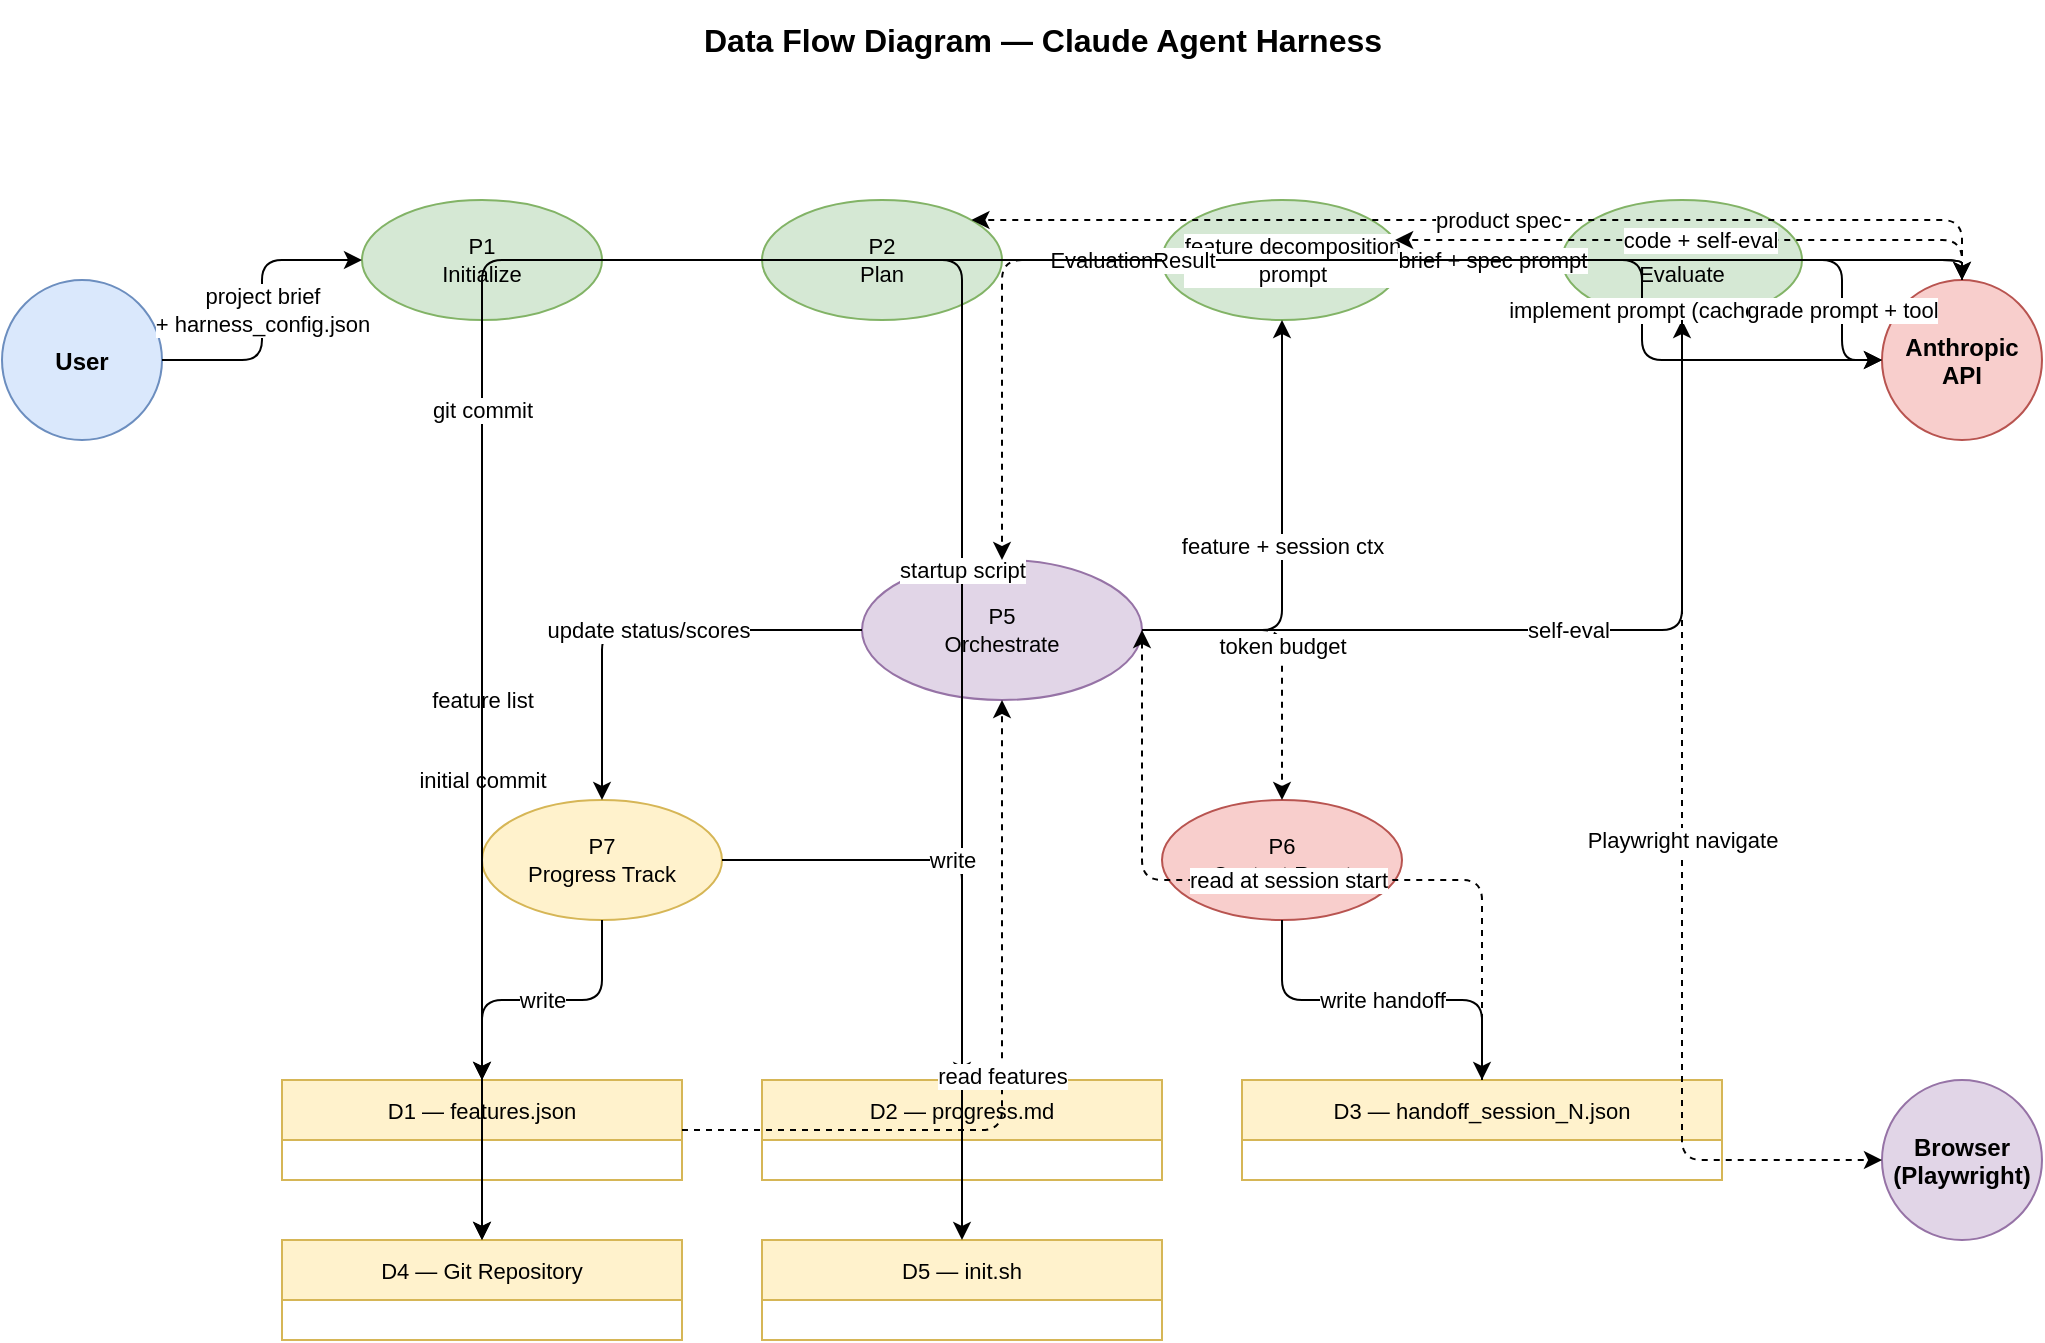
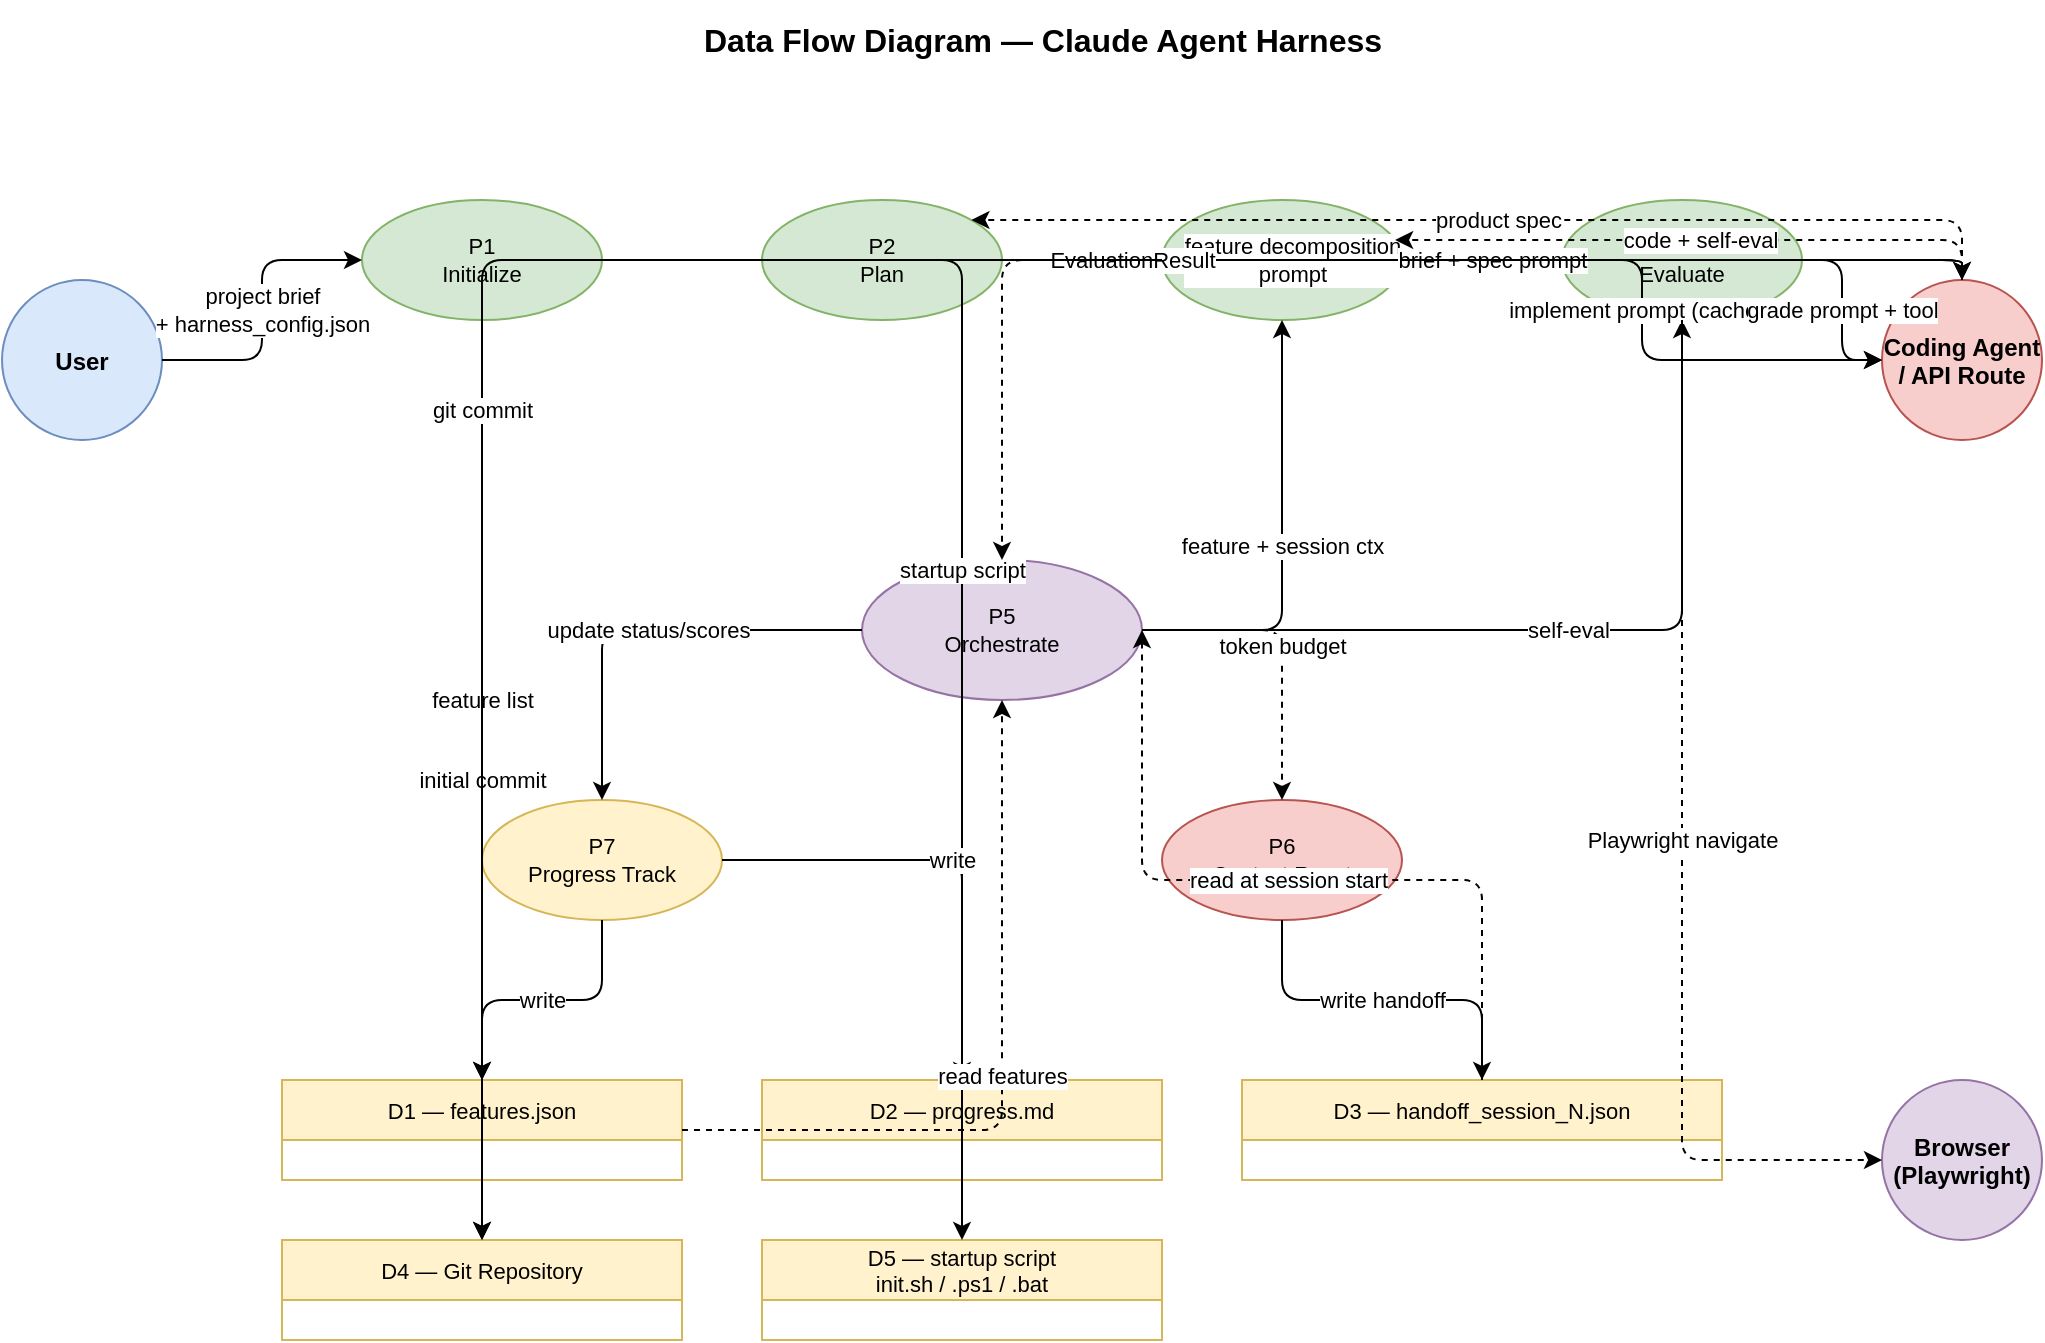
<mxfile host="Claude Code" modified="2026-05-03" version="21.0.0">
  <diagram name="Data Flow Diagram" id="dfd">
    <mxGraphModel dx="1422" dy="762" grid="1" gridSize="10" guides="1" tooltips="1" connect="1" arrows="1" fold="1" page="1" pageScale="1" pageWidth="1169" pageHeight="827" math="0" shadow="0">
      <root>
        <mxCell id="0" />
        <mxCell id="1" parent="0" />

        <!-- Title -->
        <mxCell id="title" value="Data Flow Diagram — Claude Agent Harness" style="text;html=1;strokeColor=none;fillColor=none;align=center;verticalAlign=middle;fontStyle=1;fontSize=16;" vertex="1" parent="1">
          <mxGeometry x="100" y="20" width="960" height="40" as="geometry" />
        </mxCell>

        <!-- External entities -->
        <mxCell id="user"    value="User" style="shape=mxgraph.flowchart.start_2;fillColor=#dae8fc;strokeColor=#6c8ebf;fontStyle=1;fontSize=12;" vertex="1" parent="1"><mxGeometry x="60"  y="160" width="80" height="80" as="geometry"/></mxCell>
-         <mxCell id="claude"  value="Anthropic&#xa;API" style="shape=mxgraph.flowchart.start_2;fillColor=#f8cecc;strokeColor=#b85450;fontStyle=1;fontSize=12;" vertex="1" parent="1"><mxGeometry x="1000" y="160" width="80" height="80" as="geometry"/></mxCell>
+         <mxCell id="claude"  value="Coding Agent&#xa;/ API Route" style="shape=mxgraph.flowchart.start_2;fillColor=#f8cecc;strokeColor=#b85450;fontStyle=1;fontSize=12;" vertex="1" parent="1"><mxGeometry x="1000" y="160" width="80" height="80" as="geometry"/></mxCell>
        <mxCell id="browser" value="Browser&#xa;(Playwright)" style="shape=mxgraph.flowchart.start_2;fillColor=#e1d5e7;strokeColor=#9673a6;fontStyle=1;fontSize=12;" vertex="1" parent="1"><mxGeometry x="1000" y="560" width="80" height="80" as="geometry"/></mxCell>

        <!-- Processes -->
        <mxCell id="p1" value="P1&#xa;Initialize" style="ellipse;whiteSpace=wrap;html=1;fillColor=#d5e8d4;strokeColor=#82b366;fontSize=11;" vertex="1" parent="1"><mxGeometry x="240" y="120" width="120" height="60" as="geometry"/></mxCell>
        <mxCell id="p2" value="P2&#xa;Plan" style="ellipse;whiteSpace=wrap;html=1;fillColor=#d5e8d4;strokeColor=#82b366;fontSize=11;" vertex="1" parent="1"><mxGeometry x="440" y="120" width="120" height="60" as="geometry"/></mxCell>
        <mxCell id="p3" value="P3&#xa;Generate" style="ellipse;whiteSpace=wrap;html=1;fillColor=#d5e8d4;strokeColor=#82b366;fontSize=11;" vertex="1" parent="1"><mxGeometry x="640" y="120" width="120" height="60" as="geometry"/></mxCell>
        <mxCell id="p4" value="P4&#xa;Evaluate" style="ellipse;whiteSpace=wrap;html=1;fillColor=#d5e8d4;strokeColor=#82b366;fontSize=11;" vertex="1" parent="1"><mxGeometry x="840" y="120" width="120" height="60" as="geometry"/></mxCell>
        <mxCell id="p5" value="P5&#xa;Orchestrate" style="ellipse;whiteSpace=wrap;html=1;fillColor=#e1d5e7;strokeColor=#9673a6;fontSize=11;" vertex="1" parent="1"><mxGeometry x="490" y="300" width="140" height="70" as="geometry"/></mxCell>
        <mxCell id="p6" value="P6&#xa;Context Reset" style="ellipse;whiteSpace=wrap;html=1;fillColor=#f8cecc;strokeColor=#b85450;fontSize=11;" vertex="1" parent="1"><mxGeometry x="640" y="420" width="120" height="60" as="geometry"/></mxCell>
        <mxCell id="p7" value="P7&#xa;Progress Track" style="ellipse;whiteSpace=wrap;html=1;fillColor=#fff2cc;strokeColor=#d6b656;fontSize=11;" vertex="1" parent="1"><mxGeometry x="300" y="420" width="120" height="60" as="geometry"/></mxCell>

        <!-- Data stores -->
        <mxCell id="ds1" value="D1 — features.json" style="shape=table;startSize=30;fillColor=#fff2cc;strokeColor=#d6b656;fontSize=11;" vertex="1" parent="1"><mxGeometry x="200" y="560" width="200" height="50" as="geometry"/></mxCell>
        <mxCell id="ds2" value="D2 — progress.md" style="shape=table;startSize=30;fillColor=#fff2cc;strokeColor=#d6b656;fontSize=11;" vertex="1" parent="1"><mxGeometry x="440" y="560" width="200" height="50" as="geometry"/></mxCell>
        <mxCell id="ds3" value="D3 — handoff_session_N.json" style="shape=table;startSize=30;fillColor=#fff2cc;strokeColor=#d6b656;fontSize=11;" vertex="1" parent="1"><mxGeometry x="680" y="560" width="240" height="50" as="geometry"/></mxCell>
        <mxCell id="ds4" value="D4 — Git Repository" style="shape=table;startSize=30;fillColor=#fff2cc;strokeColor=#d6b656;fontSize=11;" vertex="1" parent="1"><mxGeometry x="200" y="640" width="200" height="50" as="geometry"/></mxCell>
-         <mxCell id="ds5" value="D5 — init.sh" style="shape=table;startSize=30;fillColor=#fff2cc;strokeColor=#d6b656;fontSize=11;" vertex="1" parent="1"><mxGeometry x="440" y="640" width="200" height="50" as="geometry"/></mxCell>
+         <mxCell id="ds5" value="D5 — startup script&#xa;init.sh / .ps1 / .bat" style="shape=table;startSize=30;fillColor=#fff2cc;strokeColor=#d6b656;fontSize=11;" vertex="1" parent="1"><mxGeometry x="440" y="640" width="200" height="50" as="geometry"/></mxCell>

        <!-- Flows: User → P1 -->
        <mxCell id="f1" value="project brief&#xa;+ harness_config.json" style="edgeStyle=orthogonalEdgeStyle;html=1;" edge="1" source="user" target="p1" parent="1"><mxGeometry relative="1" as="geometry"/></mxCell>

-         <!-- P1 → Claude API -->
+         <!-- P1 → coding agent / API route -->
        <mxCell id="f2" value="feature decomposition&#xa;prompt" style="edgeStyle=orthogonalEdgeStyle;html=1;" edge="1" source="p1" target="claude" parent="1"><mxGeometry relative="1" as="geometry"><Array as="points"><mxPoint x="360" y="150"/><mxPoint x="1040" y="150"/></Array></mxGeometry></mxCell>

        <!-- P1 → D1, D4, D5 -->
        <mxCell id="f3" value="feature list" style="edgeStyle=orthogonalEdgeStyle;html=1;" edge="1" source="p1" target="ds1" parent="1"><mxGeometry relative="1" as="geometry"/></mxCell>
        <mxCell id="f4" value="initial commit" style="edgeStyle=orthogonalEdgeStyle;html=1;" edge="1" source="p1" target="ds4" parent="1"><mxGeometry relative="1" as="geometry"/></mxCell>
        <mxCell id="f5" value="startup script" style="edgeStyle=orthogonalEdgeStyle;html=1;" edge="1" source="p1" target="ds5" parent="1"><mxGeometry relative="1" as="geometry"/></mxCell>

-         <!-- P2 → Claude API -->
+         <!-- P2 → coding agent / API route -->
        <mxCell id="f6" value="brief + spec prompt" style="edgeStyle=orthogonalEdgeStyle;html=1;" edge="1" source="p2" target="claude" parent="1"><mxGeometry relative="1" as="geometry"><Array as="points"><mxPoint x="500" y="150"/><mxPoint x="1040" y="150"/></Array></mxGeometry></mxCell>

        <!-- Claude → P2 -->
        <mxCell id="f7" value="product spec" style="edgeStyle=orthogonalEdgeStyle;html=1;dashed=1;" edge="1" source="claude" target="p2" parent="1"><mxGeometry relative="1" as="geometry"><Array as="points"><mxPoint x="1040" y="130"/><mxPoint x="500" y="130"/></Array></mxGeometry></mxCell>

        <!-- P5 orchestrates P3, P4 -->
        <mxCell id="f8" value="feature + session ctx" style="edgeStyle=orthogonalEdgeStyle;html=1;" edge="1" source="p5" target="p3" parent="1"><mxGeometry relative="1" as="geometry"/></mxCell>
        <mxCell id="f9" value="self-eval" style="edgeStyle=orthogonalEdgeStyle;html=1;" edge="1" source="p5" target="p4" parent="1"><mxGeometry relative="1" as="geometry"/></mxCell>

-         <!-- P3 → Claude API -->
+         <!-- P3 → coding agent / API route -->
        <mxCell id="f10" value="implement prompt (cached)" style="edgeStyle=orthogonalEdgeStyle;html=1;" edge="1" source="p3" target="claude" parent="1"><mxGeometry relative="1" as="geometry"/></mxCell>
        <!-- Claude → P3 -->
        <mxCell id="f11" value="code + self-eval" style="edgeStyle=orthogonalEdgeStyle;html=1;dashed=1;" edge="1" source="claude" target="p3" parent="1"><mxGeometry relative="1" as="geometry"><Array as="points"><mxPoint x="1040" y="140"/><mxPoint x="700" y="140"/></Array></mxGeometry></mxCell>

-         <!-- P4 → Claude API + browser -->
+         <!-- P4 → coding agent / API route + browser -->
        <mxCell id="f12" value="grade prompt + tool" style="edgeStyle=orthogonalEdgeStyle;html=1;" edge="1" source="p4" target="claude" parent="1"><mxGeometry relative="1" as="geometry"/></mxCell>
        <mxCell id="f13" value="Playwright navigate" style="edgeStyle=orthogonalEdgeStyle;html=1;dashed=1;" edge="1" source="p4" target="browser" parent="1"><mxGeometry relative="1" as="geometry"><Array as="points"><mxPoint x="900" y="180"/><mxPoint x="900" y="600"/><mxPoint x="1000" y="600"/></Array></mxGeometry></mxCell>

        <!-- P4 → P5: eval result -->
        <mxCell id="f14" value="EvaluationResult" style="edgeStyle=orthogonalEdgeStyle;html=1;dashed=1;" edge="1" source="p4" target="p5" parent="1"><mxGeometry relative="1" as="geometry"/></mxCell>

        <!-- P3 → D4 -->
        <mxCell id="f15" value="git commit" style="edgeStyle=orthogonalEdgeStyle;html=1;" edge="1" source="p3" target="ds4" parent="1"><mxGeometry relative="1" as="geometry"/></mxCell>

        <!-- P5 → P7 -->
        <mxCell id="f16" value="update status/scores" style="edgeStyle=orthogonalEdgeStyle;html=1;" edge="1" source="p5" target="p7" parent="1"><mxGeometry relative="1" as="geometry"/></mxCell>

        <!-- P7 → D1, D2 -->
        <mxCell id="f17" value="write" style="edgeStyle=orthogonalEdgeStyle;html=1;" edge="1" source="p7" target="ds1" parent="1"><mxGeometry relative="1" as="geometry"/></mxCell>
        <mxCell id="f18" value="write" style="edgeStyle=orthogonalEdgeStyle;html=1;" edge="1" source="p7" target="ds2" parent="1"><mxGeometry relative="1" as="geometry"/></mxCell>

        <!-- D1 → P5 (read at session start) -->
        <mxCell id="f19" value="read features" style="edgeStyle=orthogonalEdgeStyle;html=1;dashed=1;" edge="1" source="ds1" target="p5" parent="1"><mxGeometry relative="1" as="geometry"/></mxCell>

        <!-- P5 → P6 (context reset) -->
        <mxCell id="f20" value="token budget" style="edgeStyle=orthogonalEdgeStyle;html=1;dashed=1;" edge="1" source="p5" target="p6" parent="1"><mxGeometry relative="1" as="geometry"/></mxCell>

        <!-- P6 → D3 -->
        <mxCell id="f21" value="write handoff" style="edgeStyle=orthogonalEdgeStyle;html=1;" edge="1" source="p6" target="ds3" parent="1"><mxGeometry relative="1" as="geometry"/></mxCell>

        <!-- D3 → P5 (session resume) -->
        <mxCell id="f22" value="read at session start" style="edgeStyle=orthogonalEdgeStyle;html=1;dashed=1;" edge="1" source="ds3" target="p5" parent="1"><mxGeometry relative="1" as="geometry"><Array as="points"><mxPoint x="800" y="585"/><mxPoint x="800" y="460"/><mxPoint x="630" y="370"/></Array></mxGeometry></mxCell>

      </root>
    </mxGraphModel>
  </diagram>
</mxfile>
